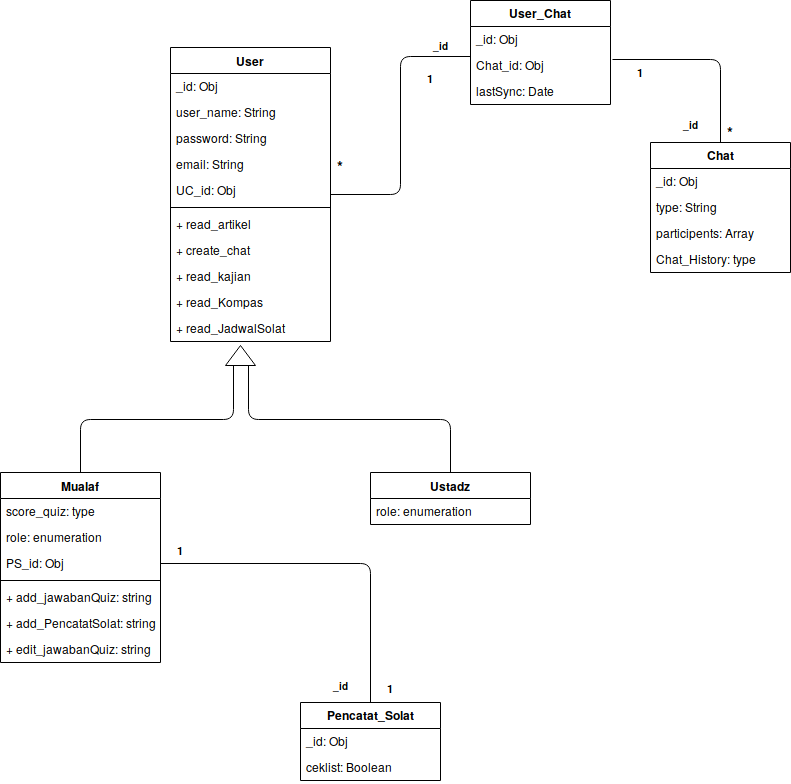
Earlier version of the draw.io export Dokumentasi YUMNA/Class Diagram(1).png (zevaherutomo14/GitYumna). Source tidied: cells renumbered, new cells last; positions are measured from the earlier drawing's top-left corner, leaving out a move shared by most shapes.
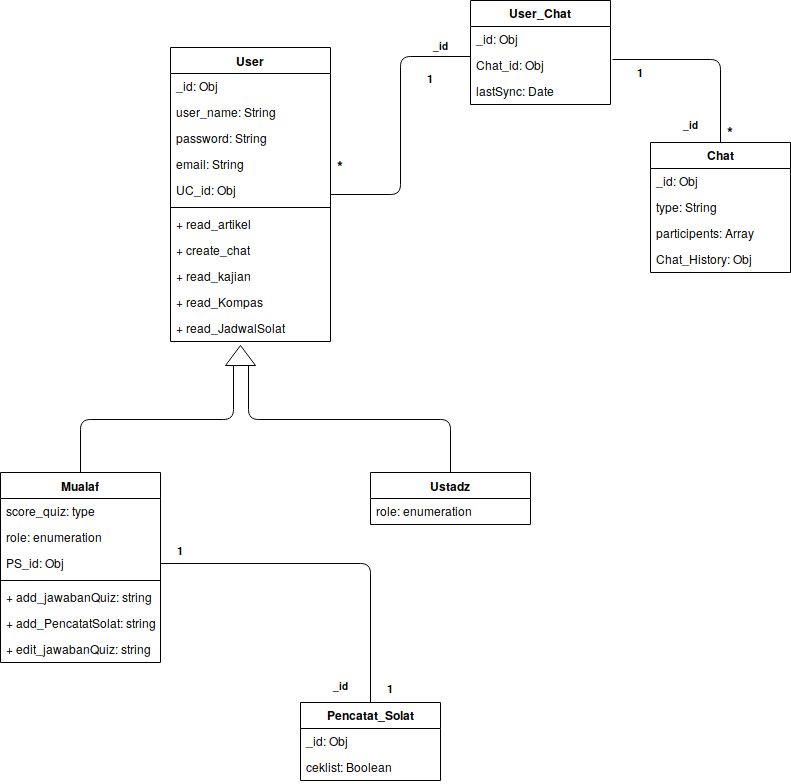
The same file after the commit.

Commit message:
Class Diagram V1.03

Change to the diagram source:
```diff
@@ -53,7 +53,7 @@
     <mxCell id="18" value="participents: Array" style="text;strokeColor=none;fillColor=none;align=left;verticalAlign=top;spacingLeft=4;spacingRight=4;overflow=hidden;" parent="15" vertex="1">
       <mxGeometry y="78" width="140" height="26" as="geometry" />
     </mxCell>
-    <mxCell id="19" value="Chat_History: type" style="text;strokeColor=none;fillColor=none;align=left;verticalAlign=top;spacingLeft=4;spacingRight=4;overflow=hidden;" parent="15" vertex="1">
+    <mxCell id="19" value="Chat_History: Obj" style="text;strokeColor=none;fillColor=none;align=left;verticalAlign=top;spacingLeft=4;spacingRight=4;overflow=hidden;" parent="15" vertex="1">
       <mxGeometry y="104" width="140" height="26" as="geometry" />
     </mxCell>
     <mxCell id="20" value="User_Chat" style="swimlane;fontStyle=1;horizontal=1;startSize=26;fillColor=none;" parent="1" vertex="1">
```
